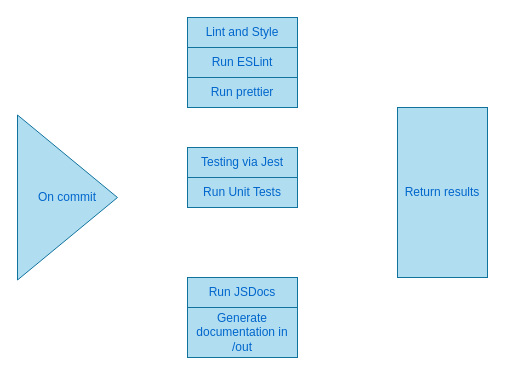
cse110-sp23-group12/cse110-sp23-group12 keeps this draw.io diagram as admin/cipipeline/phase1.drawio. Above is the earlier version. Source tidied: cells renumbered, new cells numbered last; positions are measured from the earlier drawing's top-left corner, leaving out a move shared by most shapes. Both pictures are drawn from the tidied source at 100%, with x=0, y=0 at pixel (17, 17).
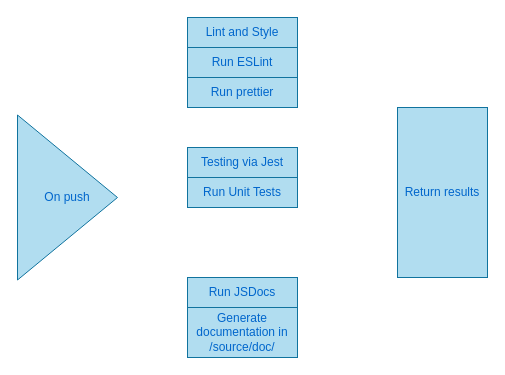
Above is the later version.

The edit, as a diff of the source:
```diff
@@
 <mxGraphModel background="#ffffff">
   <root>
     <mxCell id="0" />
     <mxCell id="1" parent="0" />
     <mxCell id="2" value="&lt;font color=&quot;#0066cc&quot;&gt;Testing via Jest&lt;/font&gt;" style="rounded=0;whiteSpace=wrap;html=1;fillColor=#b1ddf0;strokeColor=#10739e;" parent="1" vertex="1">
       <mxGeometry x="170" y="130" width="110" height="30" as="geometry" />
     </mxCell>
-    <mxCell id="3" value="&lt;font color=&quot;#0066cc&quot;&gt;On commit&lt;/font&gt;" style="triangle;whiteSpace=wrap;html=1;fillColor=#b1ddf0;strokeColor=#10739e;" parent="1" vertex="1">
+    <mxCell id="3" value="&lt;font color=&quot;#0066cc&quot;&gt;On push&lt;/font&gt;" style="triangle;whiteSpace=wrap;html=1;fillColor=#b1ddf0;strokeColor=#10739e;" parent="1" vertex="1">
       <mxGeometry y="97.5" width="100" height="165" as="geometry" />
     </mxCell>
     <mxCell id="4" value="&lt;font color=&quot;#0066cc&quot;&gt;Run Unit Tests&lt;/font&gt;" style="rounded=0;whiteSpace=wrap;html=1;fillColor=#b1ddf0;strokeColor=#10739e;" parent="1" vertex="1">
       <mxGeometry x="170" y="160" width="110" height="30" as="geometry" />
     </mxCell>
     <mxCell id="5" value="&lt;font color=&quot;#0066cc&quot;&gt;Run JSDocs&lt;/font&gt;" style="rounded=0;whiteSpace=wrap;html=1;fillColor=#b1ddf0;strokeColor=#10739e;" parent="1" vertex="1">
       <mxGeometry x="170" y="260" width="110" height="30" as="geometry" />
     </mxCell>
-    <mxCell id="6" value="&lt;font color=&quot;#0066cc&quot;&gt;Generate documentation in /out&lt;/font&gt;" style="rounded=0;whiteSpace=wrap;html=1;fillColor=#b1ddf0;strokeColor=#10739e;" parent="1" vertex="1">
+    <mxCell id="6" value="&lt;font color=&quot;#0066cc&quot;&gt;Generate documentation in /source/doc/&lt;/font&gt;" style="rounded=0;whiteSpace=wrap;html=1;fillColor=#b1ddf0;strokeColor=#10739e;" parent="1" vertex="1">
       <mxGeometry x="170" y="290" width="110" height="50" as="geometry" />
     </mxCell>
     <mxCell id="7" value="&lt;font color=&quot;#0066cc&quot;&gt;Lint and Style&lt;/font&gt;" style="rounded=0;whiteSpace=wrap;html=1;fillColor=#b1ddf0;strokeColor=#10739e;" parent="1" vertex="1">
       <mxGeometry x="170" width="110" height="30" as="geometry" />
     </mxCell>
     <mxCell id="8" value="&lt;font color=&quot;#0066cc&quot;&gt;Run ESLint&lt;/font&gt;" style="rounded=0;whiteSpace=wrap;html=1;fillColor=#b1ddf0;strokeColor=#10739e;" parent="1" vertex="1">
       <mxGeometry x="170" y="30" width="110" height="30" as="geometry" />
     </mxCell>
     <mxCell id="9" value="&lt;font color=&quot;#0066cc&quot;&gt;Run prettier&lt;/font&gt;" style="rounded=0;whiteSpace=wrap;html=1;fillColor=#b1ddf0;strokeColor=#10739e;" parent="1" vertex="1">
       <mxGeometry x="170" y="60" width="110" height="30" as="geometry" />
     </mxCell>
     <mxCell id="10" value="&lt;font color=&quot;#0066cc&quot;&gt;Return results&lt;/font&gt;" style="rounded=0;whiteSpace=wrap;html=1;fillColor=#b1ddf0;strokeColor=#10739e;" parent="1" vertex="1">
       <mxGeometry x="380" y="90" width="90" height="170" as="geometry" />
     </mxCell>
   </root>
 </mxGraphModel>
```
